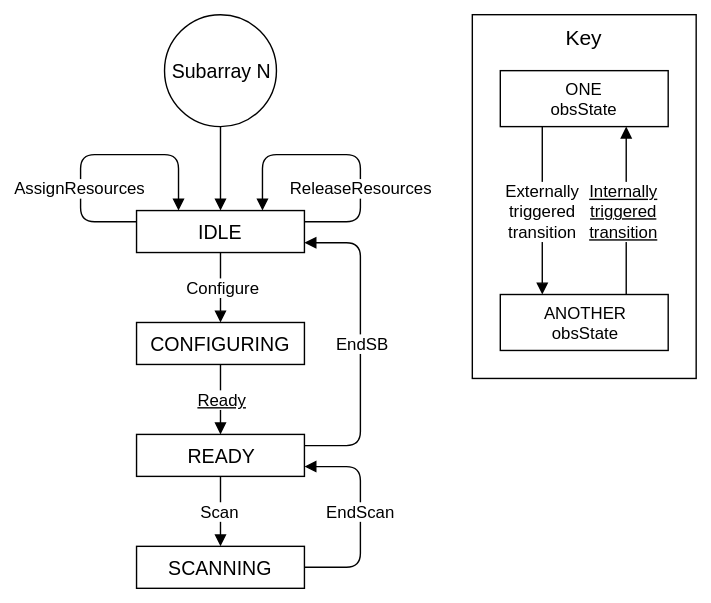
This is docs/src/images/sdp_subarray_states.svg from ska-telescope/sdp-prototype, a draw.io export, as it was before one commit. Source tidied: cells renumbered, new cells last; positions are measured from the earlier drawing's top-left corner, leaving out a move shared by most shapes.
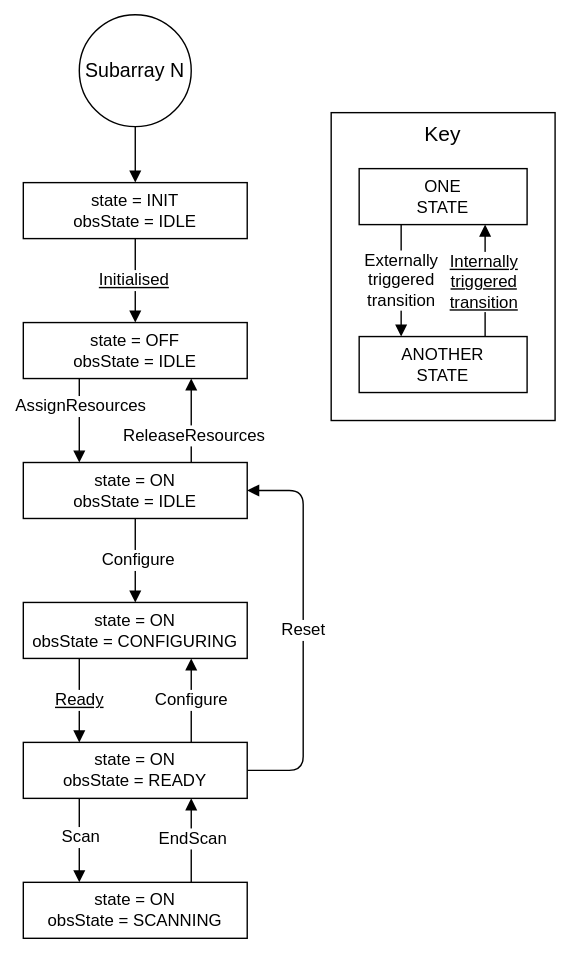
The same diagram one commit later.

Diff of the diagram source:
```diff
@@ -2,106 +2,94 @@
   <root>
     <mxCell id="0" />
     <mxCell id="1" parent="0" />
-    <mxCell id="2" style="edgeStyle=orthogonalEdgeStyle;rounded=0;jettySize=auto;html=1;exitX=0.5;exitY=1;exitDx=0;exitDy=0;entryX=0.5;entryY=0;entryDx=0;entryDy=0;endArrow=block;endFill=1;" parent="1" edge="1" source="3" target="6">
-      <mxGeometry relative="1" as="geometry" />
-    </mxCell>
+    <mxCell id="30" style="edgeStyle=orthogonalEdgeStyle;rounded=0;jettySize=auto;html=1;exitX=0.75;exitY=0;exitDx=0;exitDy=0;entryX=0.75;entryY=1;entryDx=0;entryDy=0;endArrow=block;endFill=1;" parent="1" edge="1" source="32" target="37">
+      <mxGeometry relative="1" as="geometry" />
+    </mxCell>
+    <mxCell id="21" value="ReleaseResources" style="text;html=1;align=center;verticalAlign=middle;labelBackgroundColor=#ffffff;" parent="30" vertex="1">
+      <mxGeometry y="-1" relative="1" as="geometry">
+        <mxPoint y="10" as="offset" />
+      </mxGeometry>
+    </mxCell>
+    <mxCell id="31" style="edgeStyle=orthogonalEdgeStyle;rounded=0;jettySize=auto;html=1;exitX=0.5;exitY=1;exitDx=0;exitDy=0;entryX=0.5;entryY=0;entryDx=0;entryDy=0;endArrow=block;endFill=1;" parent="1" edge="1" source="32" target="33">
+      <mxGeometry relative="1" as="geometry" />
+    </mxCell>
+    <mxCell id="5" value="Configure" style="text;html=1;align=center;verticalAlign=middle;labelBackgroundColor=#ffffff;" parent="31" vertex="1">
+      <mxGeometry x="-0.03" y="1" relative="1" as="geometry" />
+    </mxCell>
+    <mxCell id="32" value="&lt;font style=&quot;font-size: 12px&quot;&gt;state = ON&lt;br&gt;obsState = IDLE&lt;/font&gt;" style="rounded=0;whiteSpace=wrap;html=1;" parent="1" vertex="1">
+      <mxGeometry x="20" y="320" width="160" height="40" as="geometry" />
+    </mxCell>
+    <mxCell id="8" value="&lt;font style=&quot;font-size: 12px&quot;&gt;&lt;u&gt;Ready&lt;/u&gt;&lt;/font&gt;" style="edgeStyle=orthogonalEdgeStyle;rounded=0;jettySize=auto;html=1;exitX=0.25;exitY=1;exitDx=0;exitDy=0;entryX=0.25;entryY=0;entryDx=0;entryDy=0;endArrow=block;endFill=1;" parent="1" edge="1" source="33" target="41">
+      <mxGeometry relative="1" as="geometry" />
+    </mxCell>
+    <mxCell id="33" value="&lt;font style=&quot;font-size: 12px&quot;&gt;state = ON&lt;br&gt;obsState = CONFIGURING&lt;/font&gt;" style="rounded=0;whiteSpace=wrap;html=1;" parent="1" vertex="1">
+      <mxGeometry x="20" y="420" width="160" height="40" as="geometry" />
+    </mxCell>
+    <mxCell id="34" style="edgeStyle=orthogonalEdgeStyle;rounded=0;jettySize=auto;html=1;exitX=0.75;exitY=0;exitDx=0;exitDy=0;entryX=0.75;entryY=1;entryDx=0;entryDy=0;endArrow=block;endFill=1;" parent="1" edge="1" source="35" target="41">
+      <mxGeometry relative="1" as="geometry" />
+    </mxCell>
+    <mxCell id="16" value="EndScan" style="text;html=1;align=center;verticalAlign=middle;labelBackgroundColor=#ffffff;" parent="34" vertex="1">
+      <mxGeometry x="0.07" relative="1" as="geometry" />
+    </mxCell>
+    <mxCell id="35" value="&lt;font style=&quot;font-size: 12px&quot;&gt;state = ON&lt;br&gt;obsState = SCANNING&lt;/font&gt;" style="rounded=0;whiteSpace=wrap;html=1;" parent="1" vertex="1">
+      <mxGeometry x="20" y="620" width="160" height="40" as="geometry" />
+    </mxCell>
+    <mxCell id="36" style="edgeStyle=orthogonalEdgeStyle;rounded=0;jettySize=auto;html=1;exitX=0.25;exitY=1;exitDx=0;exitDy=0;entryX=0.25;entryY=0;entryDx=0;entryDy=0;endArrow=block;endFill=1;" parent="1" edge="1" source="37" target="32">
+      <mxGeometry relative="1" as="geometry" />
+    </mxCell>
+    <mxCell id="19" value="AssignResources" style="text;align=center;verticalAlign=middle;labelBackgroundColor=#ffffff;labelBorderColor=none;spacing=2;html=1;" parent="36" vertex="1">
+      <mxGeometry x="-0.03" relative="1" as="geometry">
+        <mxPoint y="-10" as="offset" />
+      </mxGeometry>
+    </mxCell>
+    <mxCell id="37" value="&lt;font style=&quot;font-size: 12px&quot;&gt;state = OFF&lt;br&gt;obsState = IDLE&lt;/font&gt;" style="rounded=0;whiteSpace=wrap;html=1;" parent="1" vertex="1">
+      <mxGeometry x="20" y="220" width="160" height="40" as="geometry" />
+    </mxCell>
+    <mxCell id="38" value="&lt;font style=&quot;font-size: 12px&quot;&gt;Configure&lt;/font&gt;" style="edgeStyle=orthogonalEdgeStyle;rounded=0;jettySize=auto;html=1;exitX=0.75;exitY=0;exitDx=0;exitDy=0;entryX=0.75;entryY=1;entryDx=0;entryDy=0;endArrow=block;endFill=1;" parent="1" edge="1" source="41" target="33">
+      <mxGeometry relative="1" as="geometry" />
+    </mxCell>
+    <mxCell id="39" style="edgeStyle=orthogonalEdgeStyle;rounded=0;jettySize=auto;html=1;exitX=0.25;exitY=1;exitDx=0;exitDy=0;entryX=0.25;entryY=0;entryDx=0;entryDy=0;endArrow=block;endFill=1;" parent="1" edge="1" source="41" target="35">
+      <mxGeometry relative="1" as="geometry" />
+    </mxCell>
+    <mxCell id="11" value="Scan" style="text;html=1;align=center;verticalAlign=middle;labelBackgroundColor=#ffffff;" parent="39" vertex="1">
+      <mxGeometry x="-0.1" relative="1" as="geometry" />
+    </mxCell>
+    <mxCell id="40" value="&lt;font style=&quot;font-size: 12px&quot;&gt;Reset&lt;/font&gt;" style="rounded=1;jettySize=auto;html=1;exitX=1;exitY=0.5;exitDx=0;exitDy=0;entryX=1;entryY=0.5;entryDx=0;entryDy=0;endArrow=block;endFill=1;edgeStyle=orthogonalEdgeStyle;" parent="1" edge="1" source="41" target="32">
+      <mxGeometry relative="1" as="geometry">
+        <Array as="points">
+          <mxPoint x="220" y="540" />
+          <mxPoint x="220" y="340" />
+        </Array>
+      </mxGeometry>
+    </mxCell>
+    <mxCell id="41" value="&lt;font style=&quot;font-size: 12px&quot;&gt;state = ON&lt;br&gt;obsState = READY&lt;/font&gt;" style="rounded=0;whiteSpace=wrap;html=1;" parent="1" vertex="1">
+      <mxGeometry x="20" y="520" width="160" height="40" as="geometry" />
+    </mxCell>
+    <mxCell id="42" style="edgeStyle=orthogonalEdgeStyle;rounded=0;jettySize=auto;html=1;exitX=0.5;exitY=1;exitDx=0;exitDy=0;entryX=0.5;entryY=0;entryDx=0;entryDy=0;endArrow=block;endFill=1;" parent="1" edge="1" source="44" target="37">
+      <mxGeometry relative="1" as="geometry" />
+    </mxCell>
+    <mxCell id="43" value="Initialised" style="text;html=1;align=center;verticalAlign=middle;labelBackgroundColor=#ffffff;fontStyle=4;" parent="42" vertex="1">
+      <mxGeometry x="-0.03" y="-2" relative="1" as="geometry" />
+    </mxCell>
+    <mxCell id="44" value="&lt;font style=&quot;font-size: 12px&quot;&gt;state = INIT&lt;br&gt;obsState = IDLE&lt;/font&gt;" style="rounded=0;whiteSpace=wrap;html=1;" parent="1" vertex="1">
+      <mxGeometry x="20" y="120" width="160" height="40" as="geometry" />
+    </mxCell>
+    <mxCell id="45" style="edgeStyle=orthogonalEdgeStyle;rounded=1;jettySize=auto;html=1;exitX=0.5;exitY=1;exitDx=0;exitDy=0;entryX=0.5;entryY=0;entryDx=0;entryDy=0;endArrow=block;endFill=1;" parent="1" edge="1" source="3" target="44">
+      <mxGeometry relative="1" as="geometry" />
+    </mxCell>
     <mxCell id="3" value="&lt;div style=&quot;&quot;&gt;Subarray N&lt;/div&gt;" style="ellipse;whiteSpace=wrap;html=1;shadow=0;strokeColor=#000000;strokeWidth=1;fillColor=#ffffff;gradientColor=none;fontFamily=Helvetica;fontSize=14;align=center;" parent="1" vertex="1">
       <mxGeometry x="60" width="80" height="80" as="geometry" />
     </mxCell>
-    <mxCell id="4" style="edgeStyle=orthogonalEdgeStyle;rounded=0;jettySize=auto;html=1;exitX=0.5;exitY=1;exitDx=0;exitDy=0;entryX=0.5;entryY=0;entryDx=0;entryDy=0;endArrow=block;endFill=1;" parent="1" edge="1" source="6" target="9">
-      <mxGeometry relative="1" as="geometry" />
-    </mxCell>
-    <mxCell id="5" value="Configure" style="text;html=1;align=center;verticalAlign=middle;labelBackgroundColor=#ffffff;" parent="4" vertex="1">
-      <mxGeometry x="-0.04" y="1" relative="1" as="geometry" />
-    </mxCell>
-    <mxCell id="6" value="&lt;font style=&quot;font-size: 14px&quot;&gt;IDLE&lt;/font&gt;" style="rounded=0;whiteSpace=wrap;html=1;" parent="1" vertex="1">
-      <mxGeometry x="40" y="140" width="120" height="30" as="geometry" />
-    </mxCell>
-    <mxCell id="7" style="edgeStyle=orthogonalEdgeStyle;rounded=0;jettySize=auto;html=1;exitX=0.5;exitY=1;exitDx=0;exitDy=0;entryX=0.5;entryY=0;entryDx=0;entryDy=0;endArrow=block;endFill=1;" parent="1" edge="1" source="9" target="14">
-      <mxGeometry relative="1" as="geometry" />
-    </mxCell>
-    <mxCell id="8" value="&lt;u&gt;Ready&lt;/u&gt;" style="text;html=1;align=center;verticalAlign=middle;labelBackgroundColor=#ffffff;" parent="7" vertex="1">
-      <mxGeometry x="-0.2" y="1" relative="1" as="geometry">
-        <mxPoint y="4" as="offset" />
-      </mxGeometry>
-    </mxCell>
-    <mxCell id="9" value="&lt;font style=&quot;font-size: 14px&quot;&gt;CONFIGURING&lt;/font&gt;" style="rounded=0;whiteSpace=wrap;html=1;" parent="1" vertex="1">
-      <mxGeometry x="40" y="220" width="120" height="30" as="geometry" />
-    </mxCell>
-    <mxCell id="10" style="edgeStyle=orthogonalEdgeStyle;rounded=0;jettySize=auto;html=1;exitX=0.5;exitY=1;exitDx=0;exitDy=0;entryX=0.5;entryY=0;entryDx=0;entryDy=0;endArrow=block;endFill=1;" parent="1" edge="1" source="14" target="17">
-      <mxGeometry relative="1" as="geometry" />
-    </mxCell>
-    <mxCell id="11" value="Scan" style="text;html=1;align=center;verticalAlign=middle;labelBackgroundColor=#ffffff;" parent="10" vertex="1">
-      <mxGeometry x="-0.16" y="-1" relative="1" as="geometry">
-        <mxPoint y="3" as="offset" />
-      </mxGeometry>
-    </mxCell>
-    <mxCell id="12" style="edgeStyle=orthogonalEdgeStyle;rounded=1;jettySize=auto;html=1;exitX=1;exitY=0.25;exitDx=0;exitDy=0;entryX=1;entryY=0.75;entryDx=0;entryDy=0;endArrow=block;endFill=1;" parent="1" edge="1" source="14" target="6">
-      <mxGeometry relative="1" as="geometry">
-        <Array as="points">
-          <mxPoint x="200" y="308" />
-          <mxPoint x="200" y="163" />
-        </Array>
-      </mxGeometry>
-    </mxCell>
-    <mxCell id="13" value="EndSB" style="text;html=1;align=center;verticalAlign=middle;labelBackgroundColor=#ffffff;" parent="12" vertex="1">
-      <mxGeometry y="-1" relative="1" as="geometry">
-        <mxPoint y="-2" as="offset" />
-      </mxGeometry>
-    </mxCell>
-    <mxCell id="14" value="&lt;font style=&quot;font-size: 14px&quot;&gt;READY&lt;/font&gt;" style="rounded=0;whiteSpace=wrap;html=1;" parent="1" vertex="1">
-      <mxGeometry x="40" y="300" width="120" height="30" as="geometry" />
-    </mxCell>
-    <mxCell id="15" style="edgeStyle=orthogonalEdgeStyle;rounded=1;jettySize=auto;html=1;exitX=1;exitY=0.5;exitDx=0;exitDy=0;entryX=1;entryY=0.75;entryDx=0;entryDy=0;endArrow=block;endFill=1;" parent="1" edge="1" source="17" target="14">
-      <mxGeometry relative="1" as="geometry">
-        <Array as="points">
-          <mxPoint x="200" y="395" />
-          <mxPoint x="200" y="323" />
-        </Array>
-      </mxGeometry>
-    </mxCell>
-    <mxCell id="16" value="EndScan" style="text;html=1;align=center;verticalAlign=middle;labelBackgroundColor=#ffffff;" parent="15" vertex="1">
-      <mxGeometry x="-0.01" relative="1" as="geometry">
-        <mxPoint y="-6" as="offset" />
-      </mxGeometry>
-    </mxCell>
-    <mxCell id="17" value="&lt;font style=&quot;font-size: 14px&quot;&gt;SCANNING&lt;/font&gt;" style="rounded=0;whiteSpace=wrap;html=1;" parent="1" vertex="1">
-      <mxGeometry x="40" y="380" width="120" height="30" as="geometry" />
-    </mxCell>
-    <mxCell id="18" style="edgeStyle=orthogonalEdgeStyle;rounded=1;orthogonalLoop=1;jettySize=auto;html=1;exitX=0.25;exitY=0;exitDx=0;exitDy=0;entryX=0;entryY=0.25;entryDx=0;entryDy=0;endArrow=none;endFill=0;startArrow=block;startFill=1;" parent="1" edge="1" source="6" target="6">
-      <mxGeometry relative="1" as="geometry">
-        <Array as="points">
-          <mxPoint x="70" y="100" />
-          <mxPoint y="100" />
-          <mxPoint y="148" />
-        </Array>
-      </mxGeometry>
-    </mxCell>
-    <mxCell id="19" value="AssignResources" style="text;html=1;align=center;verticalAlign=middle;labelBackgroundColor=#ffffff;" parent="18" vertex="1">
-      <mxGeometry x="0.34" y="-1" relative="1" as="geometry" />
-    </mxCell>
-    <mxCell id="20" style="edgeStyle=orthogonalEdgeStyle;rounded=1;orthogonalLoop=1;jettySize=auto;html=1;exitX=0.75;exitY=0;exitDx=0;exitDy=0;entryX=1;entryY=0.25;entryDx=0;entryDy=0;endArrow=none;endFill=0;startArrow=block;startFill=1;" parent="1" edge="1" source="6" target="6">
-      <mxGeometry relative="1" as="geometry">
-        <Array as="points">
-          <mxPoint x="130" y="100" />
-          <mxPoint x="200" y="100" />
-          <mxPoint x="200" y="148" />
-        </Array>
-      </mxGeometry>
-    </mxCell>
-    <mxCell id="21" value="ReleaseResources" style="text;html=1;align=center;verticalAlign=middle;labelBackgroundColor=#ffffff;" parent="20" vertex="1">
-      <mxGeometry x="0.34" relative="1" as="geometry" />
-    </mxCell>
-    <mxCell id="22" style="group;" parent="1" vertex="1">
-      <mxGeometry x="280" width="160" height="260" as="geometry" />
-    </mxCell>
+    <mxCell id="46" style="group;" parent="1" vertex="1">
+      <mxGeometry x="240" y="70" width="160" height="220" as="geometry" />
+    </mxCell>
-    <mxCell id="23" value="&lt;font style=&quot;font-size: 15px&quot;&gt;Key&lt;/font&gt;" style="rounded=0;whiteSpace=wrap;html=1;fillColor=#ffffff;align=center;verticalAlign=top;" parent="22" vertex="1">
-      <mxGeometry width="160" height="260" as="geometry" />
+    <mxCell id="23" value="&lt;font style=&quot;font-size: 15px&quot;&gt;Key&lt;/font&gt;" style="rounded=0;whiteSpace=wrap;html=1;fillColor=#ffffff;align=center;verticalAlign=top;" parent="46" vertex="1">
+      <mxGeometry width="160" height="220" as="geometry" />
     </mxCell>
-    <mxCell id="24" value="ONE&lt;br&gt;obsState" style="rounded=0;whiteSpace=wrap;html=1;fillColor=#ffffff;align=center;" parent="22" vertex="1">
+    <mxCell id="24" value="ONE&lt;br&gt;STATE" style="rounded=0;whiteSpace=wrap;html=1;fillColor=#ffffff;align=center;" parent="46" vertex="1">
       <mxGeometry x="20" y="40" width="120" height="40" as="geometry" />
     </mxCell>
-    <mxCell id="25" style="edgeStyle=orthogonalEdgeStyle;rounded=1;jettySize=auto;html=1;exitX=0.75;exitY=0;exitDx=0;exitDy=0;entryX=0.75;entryY=1;entryDx=0;entryDy=0;endArrow=block;endFill=1;" parent="22" edge="1" source="27" target="24">
+    <mxCell id="25" style="edgeStyle=orthogonalEdgeStyle;rounded=1;jettySize=auto;html=1;exitX=0.75;exitY=0;exitDx=0;exitDy=0;entryX=0.75;entryY=1;entryDx=0;entryDy=0;endArrow=block;endFill=1;" parent="46" edge="1" source="27" target="24">
       <mxGeometry relative="1" as="geometry" />
     </mxCell>
     <mxCell id="26" value="&lt;u&gt;Internally&lt;br&gt;triggered&lt;br&gt;transition&lt;/u&gt;" style="text;html=1;align=center;verticalAlign=middle;labelBackgroundColor=#ffffff;" parent="25" vertex="1">
@@ -109,13 +97,13 @@
         <mxPoint y="1" as="offset" />
       </mxGeometry>
     </mxCell>
-    <mxCell id="27" value="ANOTHER&lt;br&gt;obsState" style="rounded=0;whiteSpace=wrap;html=1;fillColor=#ffffff;align=center;" parent="22" vertex="1">
-      <mxGeometry x="20" y="200" width="120" height="40" as="geometry" />
+    <mxCell id="27" value="ANOTHER&lt;br&gt;STATE" style="rounded=0;whiteSpace=wrap;html=1;fillColor=#ffffff;align=center;" parent="46" vertex="1">
+      <mxGeometry x="20" y="160" width="120" height="40" as="geometry" />
     </mxCell>
-    <mxCell id="28" value="&lt;font style=&quot;font-size: 12px&quot;&gt;Externally&lt;br&gt;triggered&lt;br&gt;transition&lt;/font&gt;" style="edgeStyle=orthogonalEdgeStyle;rounded=1;jettySize=auto;html=1;entryX=0.25;entryY=0;entryDx=0;entryDy=0;exitX=0.25;exitY=1;exitDx=0;exitDy=0;endArrow=block;endFill=1;" parent="22" edge="1" source="24" target="27">
+    <mxCell id="28" value="&lt;font style=&quot;font-size: 12px&quot;&gt;Externally&lt;br&gt;triggered&lt;br&gt;transition&lt;/font&gt;" style="edgeStyle=orthogonalEdgeStyle;rounded=1;jettySize=auto;html=1;entryX=0.25;entryY=0;entryDx=0;entryDy=0;exitX=0.25;exitY=1;exitDx=0;exitDy=0;endArrow=block;endFill=1;" parent="46" edge="1" source="24" target="27">
       <mxGeometry relative="1" as="geometry" />
     </mxCell>
-    <mxCell id="29" style="edgeStyle=orthogonalEdgeStyle;rounded=1;orthogonalLoop=1;jettySize=auto;html=1;exitX=0.5;exitY=1;exitDx=0;exitDy=0;" parent="22" edge="1" source="23" target="23">
+    <mxCell id="29" style="edgeStyle=orthogonalEdgeStyle;rounded=1;orthogonalLoop=1;jettySize=auto;html=1;exitX=0.5;exitY=1;exitDx=0;exitDy=0;" parent="46" edge="1" source="23" target="23">
       <mxGeometry relative="1" as="geometry" />
     </mxCell>
   </root>
```
